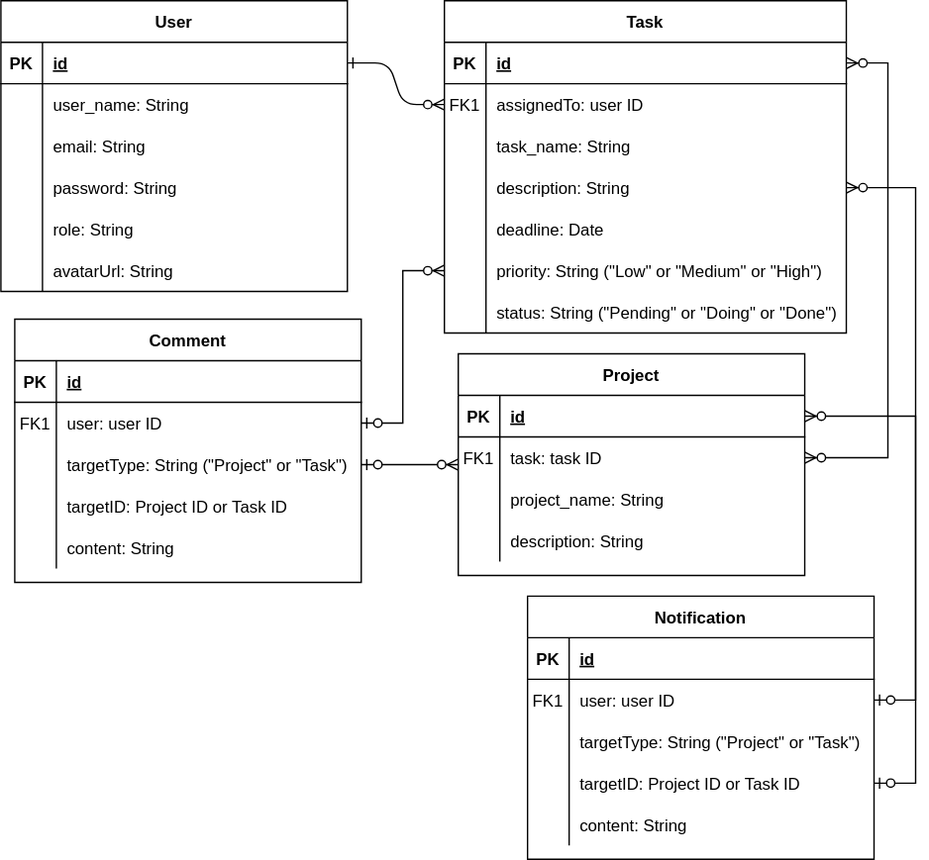
Before: ERD TASKFLOW.svg, a diagram exported from draw.io (nghianm2803/taskflow-be). Source tidied: cells renumbered, new cells last; positions are measured from the earlier drawing's top-left corner, leaving out a move shared by most shapes.
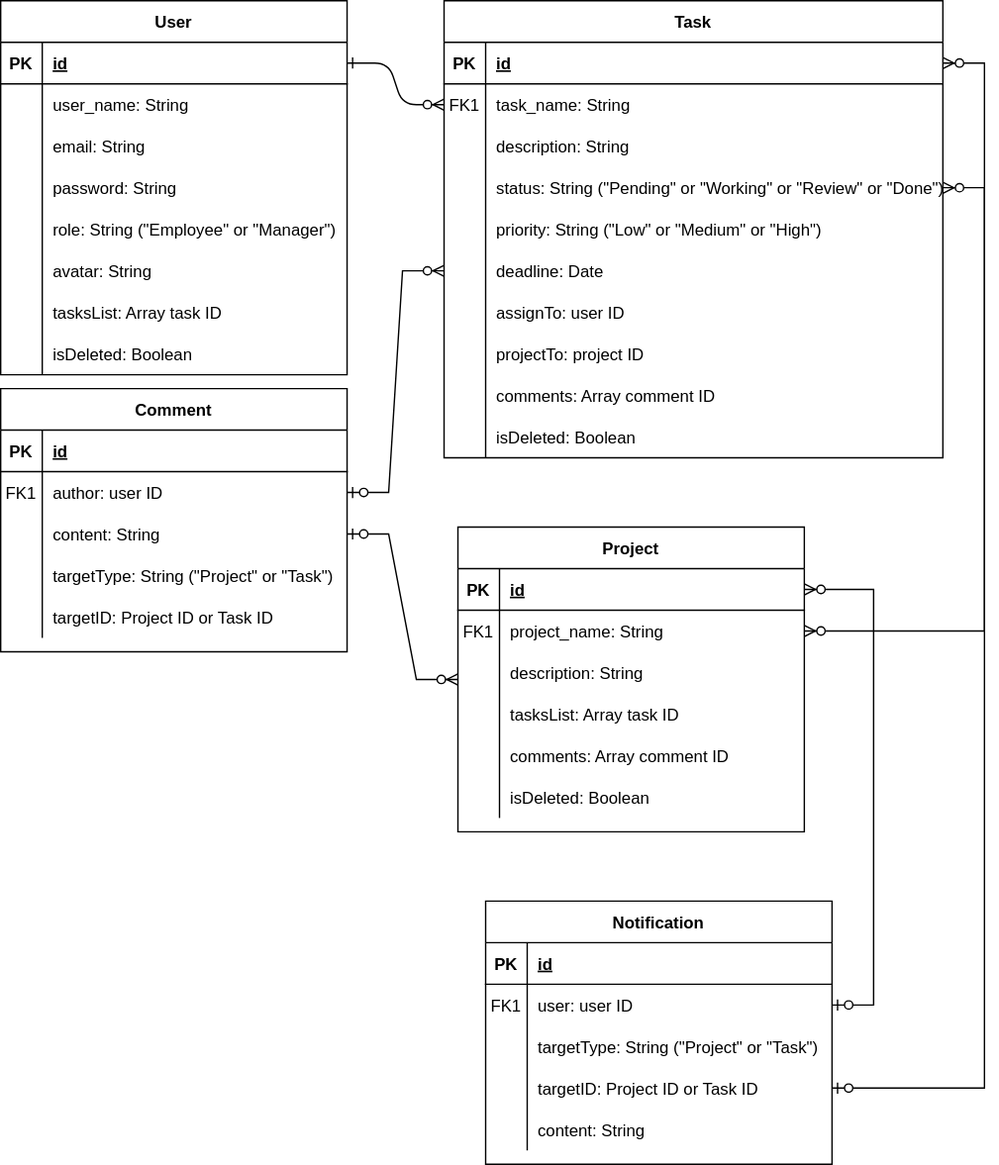
The same file after the commit.

Diff of the diagram source:
```diff
@@ -6,73 +6,100 @@
       <mxGeometry relative="1" as="geometry" />
     </mxCell>
     <mxCell id="3" value="Task" style="shape=table;startSize=30;rowLines=0;fontStyle=1;align=center;" parent="1" vertex="1">
-      <mxGeometry x="320" width="290" height="240" as="geometry" />
+      <mxGeometry x="320" width="360" height="330" as="geometry" />
     </mxCell>
     <mxCell id="4" style="shape=partialRectangle;fillColor=none;points=[[0,0.5],[1,0.5]];portConstraint=eastwest;top=0;left=0;right=0;bottom=1;" parent="3" vertex="1">
-      <mxGeometry y="30" width="290" height="30" as="geometry" />
+      <mxGeometry y="30" width="360" height="30" as="geometry" />
     </mxCell>
     <mxCell id="5" value="PK" style="shape=partialRectangle;overflow=hidden;fillColor=none;top=0;left=0;bottom=0;right=0;fontStyle=1;" parent="4" vertex="1">
       <mxGeometry width="30" height="30" as="geometry" />
     </mxCell>
     <mxCell id="6" value="id" style="shape=partialRectangle;overflow=hidden;fillColor=none;top=0;left=0;bottom=0;right=0;align=left;spacingLeft=6;fontStyle=5;" parent="4" vertex="1">
-      <mxGeometry x="30" width="260" height="30" as="geometry" />
+      <mxGeometry x="30" width="330" height="30" as="geometry" />
     </mxCell>
     <mxCell id="7" style="shape=partialRectangle;fillColor=none;points=[[0,0.5],[1,0.5]];portConstraint=eastwest;top=0;left=0;right=0;bottom=0;" parent="3" vertex="1">
-      <mxGeometry y="60" width="290" height="30" as="geometry" />
+      <mxGeometry y="60" width="360" height="30" as="geometry" />
     </mxCell>
     <mxCell id="8" value="FK1" style="shape=partialRectangle;overflow=hidden;fillColor=none;top=0;left=0;bottom=0;right=0;" parent="7" vertex="1">
       <mxGeometry width="30" height="30" as="geometry" />
     </mxCell>
-    <mxCell id="9" value="assignedTo: user ID" style="shape=partialRectangle;overflow=hidden;fillColor=none;top=0;left=0;bottom=0;right=0;align=left;spacingLeft=6;" parent="7" vertex="1">
-      <mxGeometry x="30" width="260" height="30" as="geometry" />
+    <mxCell id="9" value="task_name: String" style="shape=partialRectangle;overflow=hidden;fillColor=none;top=0;left=0;bottom=0;right=0;align=left;spacingLeft=6;" parent="7" vertex="1">
+      <mxGeometry x="30" width="330" height="30" as="geometry" />
     </mxCell>
     <mxCell id="10" style="shape=partialRectangle;fillColor=none;top=0;left=0;right=0;bottom=0;" parent="3" vertex="1">
-      <mxGeometry y="90" width="290" height="30" as="geometry" />
+      <mxGeometry y="90" width="360" height="30" as="geometry" />
     </mxCell>
     <mxCell id="11" style="shape=partialRectangle;overflow=hidden;fillColor=none;top=0;left=0;bottom=0;right=0;" parent="10" vertex="1">
       <mxGeometry width="30" height="30" as="geometry" />
     </mxCell>
-    <mxCell id="12" value="task_name: String" style="shape=partialRectangle;overflow=hidden;fillColor=none;top=0;left=0;bottom=0;right=0;align=left;spacingLeft=6;" parent="10" vertex="1">
-      <mxGeometry x="30" width="260" height="30" as="geometry" />
+    <mxCell id="12" value="description: String" style="shape=partialRectangle;overflow=hidden;fillColor=none;top=0;left=0;bottom=0;right=0;align=left;spacingLeft=6;" parent="10" vertex="1">
+      <mxGeometry x="30" width="330" height="30" as="geometry" />
     </mxCell>
     <mxCell id="13" style="shape=partialRectangle;fillColor=none;points=[[0,0.5],[1,0.5]];portConstraint=eastwest;top=0;left=0;right=0;bottom=0;" parent="3" vertex="1">
-      <mxGeometry y="120" width="290" height="30" as="geometry" />
+      <mxGeometry y="120" width="360" height="30" as="geometry" />
     </mxCell>
     <mxCell id="14" style="shape=partialRectangle;overflow=hidden;fillColor=none;top=0;left=0;bottom=0;right=0;" parent="13" vertex="1">
       <mxGeometry width="30" height="30" as="geometry" />
     </mxCell>
-    <mxCell id="15" value="description: String" style="shape=partialRectangle;overflow=hidden;fillColor=none;top=0;left=0;bottom=0;right=0;align=left;spacingLeft=6;" parent="13" vertex="1">
-      <mxGeometry x="30" width="260" height="30" as="geometry" />
+    <mxCell id="15" value="status: String (&quot;Pending&quot; or &quot;Working&quot; or &quot;Review&quot; or &quot;Done&quot;)" style="shape=partialRectangle;overflow=hidden;fillColor=none;top=0;left=0;bottom=0;right=0;align=left;spacingLeft=6;" parent="13" vertex="1">
+      <mxGeometry x="30" width="330" height="30" as="geometry" />
     </mxCell>
     <mxCell id="16" style="shape=partialRectangle;fillColor=none;top=0;left=0;right=0;bottom=0;" parent="3" vertex="1">
-      <mxGeometry y="150" width="290" height="30" as="geometry" />
+      <mxGeometry y="150" width="360" height="30" as="geometry" />
     </mxCell>
     <mxCell id="17" style="shape=partialRectangle;overflow=hidden;fillColor=none;top=0;left=0;bottom=0;right=0;" parent="16" vertex="1">
       <mxGeometry width="30" height="30" as="geometry" />
     </mxCell>
-    <mxCell id="18" value="deadline: Date" style="shape=partialRectangle;overflow=hidden;fillColor=none;top=0;left=0;bottom=0;right=0;align=left;spacingLeft=6;" parent="16" vertex="1">
-      <mxGeometry x="30" width="260" height="30" as="geometry" />
+    <mxCell id="18" value="priority: String (&quot;Low&quot; or &quot;Medium&quot; or &quot;High&quot;)" style="shape=partialRectangle;overflow=hidden;fillColor=none;top=0;left=0;bottom=0;right=0;align=left;spacingLeft=6;" parent="16" vertex="1">
+      <mxGeometry x="30" width="330" height="30" as="geometry" />
     </mxCell>
     <mxCell id="19" style="shape=partialRectangle;fillColor=none;points=[[0,0.5],[1,0.5]];portConstraint=eastwest;top=0;left=0;right=0;bottom=0;" parent="3" vertex="1">
-      <mxGeometry y="180" width="290" height="30" as="geometry" />
+      <mxGeometry y="180" width="360" height="30" as="geometry" />
     </mxCell>
     <mxCell id="20" style="shape=partialRectangle;overflow=hidden;fillColor=none;top=0;left=0;bottom=0;right=0;" parent="19" vertex="1">
       <mxGeometry width="30" height="30" as="geometry" />
     </mxCell>
-    <mxCell id="21" value="priority: String (&quot;Low&quot; or &quot;Medium&quot; or &quot;High&quot;)" style="shape=partialRectangle;overflow=hidden;fillColor=none;top=0;left=0;bottom=0;right=0;align=left;spacingLeft=6;" parent="19" vertex="1">
-      <mxGeometry x="30" width="260" height="30" as="geometry" />
+    <mxCell id="21" value="deadline: Date" style="shape=partialRectangle;overflow=hidden;fillColor=none;top=0;left=0;bottom=0;right=0;align=left;spacingLeft=6;" parent="19" vertex="1">
+      <mxGeometry x="30" width="330" height="30" as="geometry" />
     </mxCell>
     <mxCell id="22" style="shape=partialRectangle;fillColor=none;top=0;left=0;right=0;bottom=0;" parent="3" vertex="1">
-      <mxGeometry y="210" width="290" height="30" as="geometry" />
+      <mxGeometry y="210" width="360" height="30" as="geometry" />
     </mxCell>
     <mxCell id="23" style="shape=partialRectangle;overflow=hidden;fillColor=none;top=0;left=0;bottom=0;right=0;" parent="22" vertex="1">
       <mxGeometry width="30" height="30" as="geometry" />
     </mxCell>
-    <mxCell id="24" value="status: String (&quot;Pending&quot; or &quot;Doing&quot; or &quot;Done&quot;)" style="shape=partialRectangle;overflow=hidden;fillColor=none;top=0;left=0;bottom=0;right=0;align=left;spacingLeft=6;" parent="22" vertex="1">
-      <mxGeometry x="30" width="260" height="30" as="geometry" />
+    <mxCell id="24" value="assignTo: user ID" style="shape=partialRectangle;overflow=hidden;fillColor=none;top=0;left=0;bottom=0;right=0;align=left;spacingLeft=6;" parent="22" vertex="1">
+      <mxGeometry x="30" width="330" height="30" as="geometry" />
     </mxCell>
+    <mxCell id="94" style="shape=partialRectangle;fillColor=none;top=0;left=0;right=0;bottom=0;" parent="3" vertex="1">
+      <mxGeometry y="240" width="360" height="30" as="geometry" />
+    </mxCell>
+    <mxCell id="95" style="shape=partialRectangle;overflow=hidden;fillColor=none;top=0;left=0;bottom=0;right=0;" parent="94" vertex="1">
+      <mxGeometry width="30" height="30" as="geometry" />
+    </mxCell>
+    <mxCell id="96" value="projectTo: project ID" style="shape=partialRectangle;overflow=hidden;fillColor=none;top=0;left=0;bottom=0;right=0;align=left;spacingLeft=6;" parent="94" vertex="1">
+      <mxGeometry x="30" width="330" height="30" as="geometry" />
+    </mxCell>
+    <mxCell id="97" style="shape=partialRectangle;fillColor=none;top=0;left=0;right=0;bottom=0;" parent="3" vertex="1">
+      <mxGeometry y="270" width="360" height="30" as="geometry" />
+    </mxCell>
+    <mxCell id="98" style="shape=partialRectangle;overflow=hidden;fillColor=none;top=0;left=0;bottom=0;right=0;" parent="97" vertex="1">
+      <mxGeometry width="30" height="30" as="geometry" />
+    </mxCell>
+    <mxCell id="99" value="comments: Array comment ID" style="shape=partialRectangle;overflow=hidden;fillColor=none;top=0;left=0;bottom=0;right=0;align=left;spacingLeft=6;" parent="97" vertex="1">
+      <mxGeometry x="30" width="330" height="30" as="geometry" />
+    </mxCell>
+    <mxCell id="100" style="shape=partialRectangle;fillColor=none;top=0;left=0;right=0;bottom=0;" parent="3" vertex="1">
+      <mxGeometry y="300" width="360" height="30" as="geometry" />
+    </mxCell>
+    <mxCell id="101" style="shape=partialRectangle;overflow=hidden;fillColor=none;top=0;left=0;bottom=0;right=0;" parent="100" vertex="1">
+      <mxGeometry width="30" height="30" as="geometry" />
+    </mxCell>
+    <mxCell id="102" value="isDeleted: Boolean" style="shape=partialRectangle;overflow=hidden;fillColor=none;top=0;left=0;bottom=0;right=0;align=left;spacingLeft=6;" parent="100" vertex="1">
+      <mxGeometry x="30" width="330" height="30" as="geometry" />
+    </mxCell>
     <mxCell id="25" value="Project" style="shape=table;startSize=30;rowLines=0;fontStyle=1;align=center;" parent="1" vertex="1">
-      <mxGeometry x="330" y="255" width="250" height="160" as="geometry" />
+      <mxGeometry x="330" y="380" width="250" height="220" as="geometry" />
     </mxCell>
     <mxCell id="26" style="shape=partialRectangle;fillColor=none;points=[[0,0.5],[1,0.5]];portConstraint=eastwest;top=0;left=0;right=0;bottom=1;" parent="25" vertex="1">
       <mxGeometry y="30" width="250" height="30" as="geometry" />
@@ -89,7 +116,7 @@
     <mxCell id="30" value="FK1" style="shape=partialRectangle;overflow=hidden;fillColor=none;top=0;left=0;bottom=0;right=0;" parent="29" vertex="1">
       <mxGeometry width="30" height="30" as="geometry" />
     </mxCell>
-    <mxCell id="31" value="task: task ID" style="shape=partialRectangle;overflow=hidden;fillColor=none;top=0;left=0;bottom=0;right=0;align=left;spacingLeft=6;" parent="29" vertex="1">
+    <mxCell id="31" value="project_name: String " style="shape=partialRectangle;overflow=hidden;fillColor=none;top=0;left=0;bottom=0;right=0;align=left;spacingLeft=6;" parent="29" vertex="1">
       <mxGeometry x="30" width="220" height="30" as="geometry" />
     </mxCell>
     <mxCell id="32" style="shape=partialRectangle;fillColor=none;top=0;left=0;right=0;bottom=0;" parent="25" vertex="1">
@@ -98,7 +125,7 @@
     <mxCell id="33" style="shape=partialRectangle;overflow=hidden;fillColor=none;top=0;left=0;bottom=0;right=0;" parent="32" vertex="1">
       <mxGeometry width="30" height="30" as="geometry" />
     </mxCell>
-    <mxCell id="34" value="project_name: String" style="shape=partialRectangle;overflow=hidden;fillColor=none;top=0;left=0;bottom=0;right=0;align=left;spacingLeft=6;" parent="32" vertex="1">
+    <mxCell id="34" value="description: String" style="shape=partialRectangle;overflow=hidden;fillColor=none;top=0;left=0;bottom=0;right=0;align=left;spacingLeft=6;" parent="32" vertex="1">
       <mxGeometry x="30" width="220" height="30" as="geometry" />
     </mxCell>
     <mxCell id="35" style="shape=partialRectangle;fillColor=none;top=0;left=0;right=0;bottom=0;" parent="25" vertex="1">
@@ -107,11 +134,29 @@
     <mxCell id="36" style="shape=partialRectangle;overflow=hidden;fillColor=none;top=0;left=0;bottom=0;right=0;" parent="35" vertex="1">
       <mxGeometry width="30" height="30" as="geometry" />
     </mxCell>
-    <mxCell id="37" value="description: String" style="shape=partialRectangle;overflow=hidden;fillColor=none;top=0;left=0;bottom=0;right=0;align=left;spacingLeft=6;" parent="35" vertex="1">
+    <mxCell id="37" value="tasksList: Array task ID" style="shape=partialRectangle;overflow=hidden;fillColor=none;top=0;left=0;bottom=0;right=0;align=left;spacingLeft=6;" parent="35" vertex="1">
       <mxGeometry x="30" width="220" height="30" as="geometry" />
     </mxCell>
+    <mxCell id="103" style="shape=partialRectangle;fillColor=none;top=0;left=0;right=0;bottom=0;" parent="25" vertex="1">
+      <mxGeometry y="150" width="250" height="30" as="geometry" />
+    </mxCell>
+    <mxCell id="104" style="shape=partialRectangle;overflow=hidden;fillColor=none;top=0;left=0;bottom=0;right=0;" parent="103" vertex="1">
+      <mxGeometry width="30" height="30" as="geometry" />
+    </mxCell>
+    <mxCell id="105" value="comments: Array comment ID" style="shape=partialRectangle;overflow=hidden;fillColor=none;top=0;left=0;bottom=0;right=0;align=left;spacingLeft=6;" parent="103" vertex="1">
+      <mxGeometry x="30" width="220" height="30" as="geometry" />
+    </mxCell>
+    <mxCell id="106" style="shape=partialRectangle;fillColor=none;top=0;left=0;right=0;bottom=0;" parent="25" vertex="1">
+      <mxGeometry y="180" width="250" height="30" as="geometry" />
+    </mxCell>
+    <mxCell id="107" style="shape=partialRectangle;overflow=hidden;fillColor=none;top=0;left=0;bottom=0;right=0;" parent="106" vertex="1">
+      <mxGeometry width="30" height="30" as="geometry" />
+    </mxCell>
+    <mxCell id="108" value="isDeleted: Boolean" style="shape=partialRectangle;overflow=hidden;fillColor=none;top=0;left=0;bottom=0;right=0;align=left;spacingLeft=6;" parent="106" vertex="1">
+      <mxGeometry x="30" width="220" height="30" as="geometry" />
+    </mxCell>
     <mxCell id="38" value="User" style="shape=table;startSize=30;rowLines=0;fontStyle=1;align=center;" parent="1" vertex="1">
-      <mxGeometry width="250" height="210" as="geometry" />
+      <mxGeometry width="250" height="270" as="geometry" />
     </mxCell>
     <mxCell id="39" style="shape=partialRectangle;fillColor=none;points=[[0,0.5],[1,0.5]];portConstraint=eastwest;top=0;left=0;right=0;bottom=1;" parent="38" vertex="1">
       <mxGeometry y="30" width="250" height="30" as="geometry" />
@@ -155,7 +200,7 @@
     <mxCell id="52" style="shape=partialRectangle;overflow=hidden;fillColor=none;top=0;left=0;bottom=0;right=0;" parent="51" vertex="1">
       <mxGeometry width="30" height="30" as="geometry" />
     </mxCell>
-    <mxCell id="53" value="role: String" style="shape=partialRectangle;overflow=hidden;fillColor=none;top=0;left=0;bottom=0;right=0;align=left;spacingLeft=6;" parent="51" vertex="1">
+    <mxCell id="53" value="role: String (&quot;Employee&quot; or &quot;Manager&quot;)" style="shape=partialRectangle;overflow=hidden;fillColor=none;top=0;left=0;bottom=0;right=0;align=left;spacingLeft=6;" parent="51" vertex="1">
       <mxGeometry x="30" width="220" height="30" as="geometry" />
     </mxCell>
     <mxCell id="54" style="shape=partialRectangle;fillColor=none;top=0;left=0;right=0;bottom=0;" parent="38" vertex="1">
@@ -164,11 +209,29 @@
     <mxCell id="55" style="shape=partialRectangle;overflow=hidden;fillColor=none;top=0;left=0;bottom=0;right=0;" parent="54" vertex="1">
       <mxGeometry width="30" height="30" as="geometry" />
     </mxCell>
-    <mxCell id="56" value="avatarUrl: String" style="shape=partialRectangle;overflow=hidden;fillColor=none;top=0;left=0;bottom=0;right=0;align=left;spacingLeft=6;" parent="54" vertex="1">
+    <mxCell id="56" value="avatar: String" style="shape=partialRectangle;overflow=hidden;fillColor=none;top=0;left=0;bottom=0;right=0;align=left;spacingLeft=6;" parent="54" vertex="1">
       <mxGeometry x="30" width="220" height="30" as="geometry" />
     </mxCell>
+    <mxCell id="109" style="shape=partialRectangle;fillColor=none;top=0;left=0;right=0;bottom=0;" parent="38" vertex="1">
+      <mxGeometry y="210" width="250" height="30" as="geometry" />
+    </mxCell>
+    <mxCell id="110" style="shape=partialRectangle;overflow=hidden;fillColor=none;top=0;left=0;bottom=0;right=0;" parent="109" vertex="1">
+      <mxGeometry width="30" height="30" as="geometry" />
+    </mxCell>
+    <mxCell id="111" value="tasksList: Array task ID" style="shape=partialRectangle;overflow=hidden;fillColor=none;top=0;left=0;bottom=0;right=0;align=left;spacingLeft=6;" parent="109" vertex="1">
+      <mxGeometry x="30" width="220" height="30" as="geometry" />
+    </mxCell>
+    <mxCell id="112" style="shape=partialRectangle;fillColor=none;top=0;left=0;right=0;bottom=0;" parent="38" vertex="1">
+      <mxGeometry y="240" width="250" height="30" as="geometry" />
+    </mxCell>
+    <mxCell id="113" style="shape=partialRectangle;overflow=hidden;fillColor=none;top=0;left=0;bottom=0;right=0;" parent="112" vertex="1">
+      <mxGeometry width="30" height="30" as="geometry" />
+    </mxCell>
+    <mxCell id="114" value="isDeleted: Boolean" style="shape=partialRectangle;overflow=hidden;fillColor=none;top=0;left=0;bottom=0;right=0;align=left;spacingLeft=6;" parent="112" vertex="1">
+      <mxGeometry x="30" width="220" height="30" as="geometry" />
+    </mxCell>
     <mxCell id="57" value="Comment" style="shape=table;startSize=30;rowLines=0;fontStyle=1;align=center;" parent="1" vertex="1">
-      <mxGeometry x="10" y="230" width="250" height="190" as="geometry" />
+      <mxGeometry y="280" width="250" height="190" as="geometry" />
     </mxCell>
     <mxCell id="58" style="shape=partialRectangle;fillColor=none;top=0;left=0;right=0;bottom=1;" parent="57" vertex="1">
       <mxGeometry y="30" width="250" height="30" as="geometry" />
@@ -185,7 +248,7 @@
     <mxCell id="62" value="FK1" style="shape=partialRectangle;overflow=hidden;fillColor=none;top=0;left=0;bottom=0;right=0;" parent="61" vertex="1">
       <mxGeometry width="30" height="30" as="geometry" />
     </mxCell>
-    <mxCell id="63" value="user: user ID" style="shape=partialRectangle;overflow=hidden;fillColor=none;top=0;left=0;bottom=0;right=0;align=left;spacingLeft=6;" parent="61" vertex="1">
+    <mxCell id="63" value="author: user ID" style="shape=partialRectangle;overflow=hidden;fillColor=none;top=0;left=0;bottom=0;right=0;align=left;spacingLeft=6;" parent="61" vertex="1">
       <mxGeometry x="30" width="220" height="30" as="geometry" />
     </mxCell>
     <mxCell id="64" style="shape=partialRectangle;fillColor=none;points=[[0,0.5],[1,0.5]];portConstraint=eastwest;top=0;left=0;right=0;bottom=0;" parent="57" vertex="1">
@@ -194,7 +257,7 @@
     <mxCell id="65" style="shape=partialRectangle;overflow=hidden;fillColor=none;top=0;left=0;bottom=0;right=0;" parent="64" vertex="1">
       <mxGeometry width="30" height="30" as="geometry" />
     </mxCell>
-    <mxCell id="66" value="targetType: String (&quot;Project&quot; or &quot;Task&quot;)" style="shape=partialRectangle;overflow=hidden;fillColor=none;top=0;left=0;bottom=0;right=0;align=left;spacingLeft=6;" parent="64" vertex="1">
+    <mxCell id="66" value="content: String " style="shape=partialRectangle;overflow=hidden;fillColor=none;top=0;left=0;bottom=0;right=0;align=left;spacingLeft=6;" parent="64" vertex="1">
       <mxGeometry x="30" width="220" height="30" as="geometry" />
     </mxCell>
     <mxCell id="67" style="shape=partialRectangle;fillColor=none;top=0;left=0;right=0;bottom=0;" parent="57" vertex="1">
@@ -203,7 +266,7 @@
     <mxCell id="68" style="shape=partialRectangle;overflow=hidden;fillColor=none;top=0;left=0;bottom=0;right=0;" parent="67" vertex="1">
       <mxGeometry width="30" height="30" as="geometry" />
     </mxCell>
-    <mxCell id="69" value="targetID: Project ID or Task ID" style="shape=partialRectangle;overflow=hidden;fillColor=none;top=0;left=0;bottom=0;right=0;align=left;spacingLeft=6;" parent="67" vertex="1">
+    <mxCell id="69" value="targetType: String (&quot;Project&quot; or &quot;Task&quot;)" style="shape=partialRectangle;overflow=hidden;fillColor=none;top=0;left=0;bottom=0;right=0;align=left;spacingLeft=6;" parent="67" vertex="1">
       <mxGeometry x="30" width="220" height="30" as="geometry" />
     </mxCell>
     <mxCell id="70" style="shape=partialRectangle;fillColor=none;top=0;left=0;right=0;bottom=0;" parent="57" vertex="1">
@@ -212,11 +275,11 @@
     <mxCell id="71" style="shape=partialRectangle;overflow=hidden;fillColor=none;top=0;left=0;bottom=0;right=0;" parent="70" vertex="1">
       <mxGeometry width="30" height="30" as="geometry" />
     </mxCell>
-    <mxCell id="72" value="content: String" style="shape=partialRectangle;overflow=hidden;fillColor=none;top=0;left=0;bottom=0;right=0;align=left;spacingLeft=6;" parent="70" vertex="1">
+    <mxCell id="72" value="targetID: Project ID or Task ID" style="shape=partialRectangle;overflow=hidden;fillColor=none;top=0;left=0;bottom=0;right=0;align=left;spacingLeft=6;" parent="70" vertex="1">
       <mxGeometry x="30" width="220" height="30" as="geometry" />
     </mxCell>
     <mxCell id="73" value="Notification" style="shape=table;startSize=30;rowLines=0;fontStyle=1;align=center;" parent="1" vertex="1">
-      <mxGeometry x="380" y="430" width="250" height="190" as="geometry" />
+      <mxGeometry x="350" y="650" width="250" height="190" as="geometry" />
     </mxCell>
     <mxCell id="74" style="shape=partialRectangle;fillColor=none;top=0;left=0;right=0;bottom=1;" parent="73" vertex="1">
       <mxGeometry y="30" width="250" height="30" as="geometry" />
```
